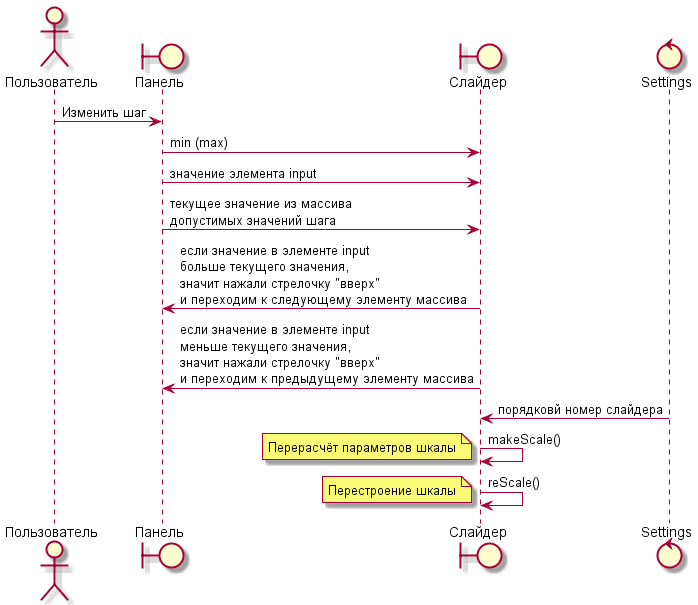
The PlantUML diagram out/src/uml/sequence_step/sequence_step.png in ZubrD/slider, before a commit.
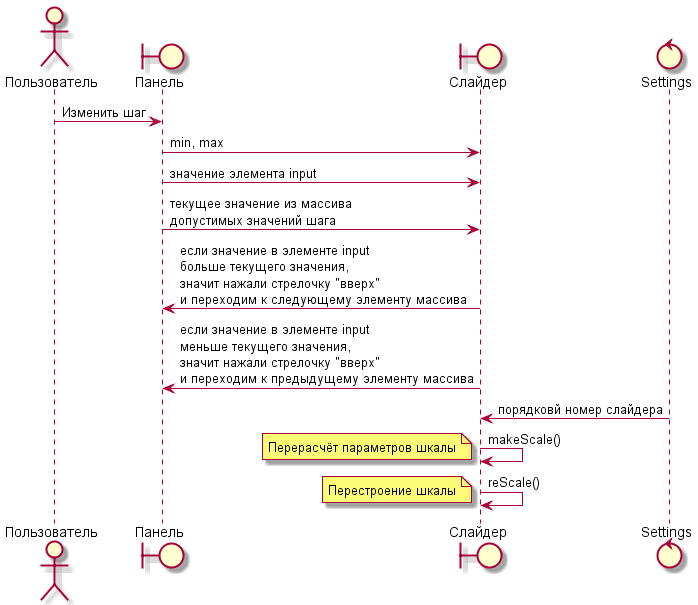
Later version of the same file.

Commit message:
Диаграмма последовательности изменения шага слайдера (исправил опечатку)

What changed in the source:
```diff
@@ -5,7 +5,7 @@
 control Settings
 
 Пользователь -> Панель : Изменить шаг
-Панель -> Слайдер : min (max)
+Панель -> Слайдер : min, max
 Панель -> Слайдер : значение элемента input
 Панель -> Слайдер : текущее значение из массива\nдопустимых значений шага
 Слайдер -> Панель : если значение в элементе input\nбольше текущего значения,\nзначит нажали стрелочку "вверх"\nи переходим к следующему элементу массива
```
